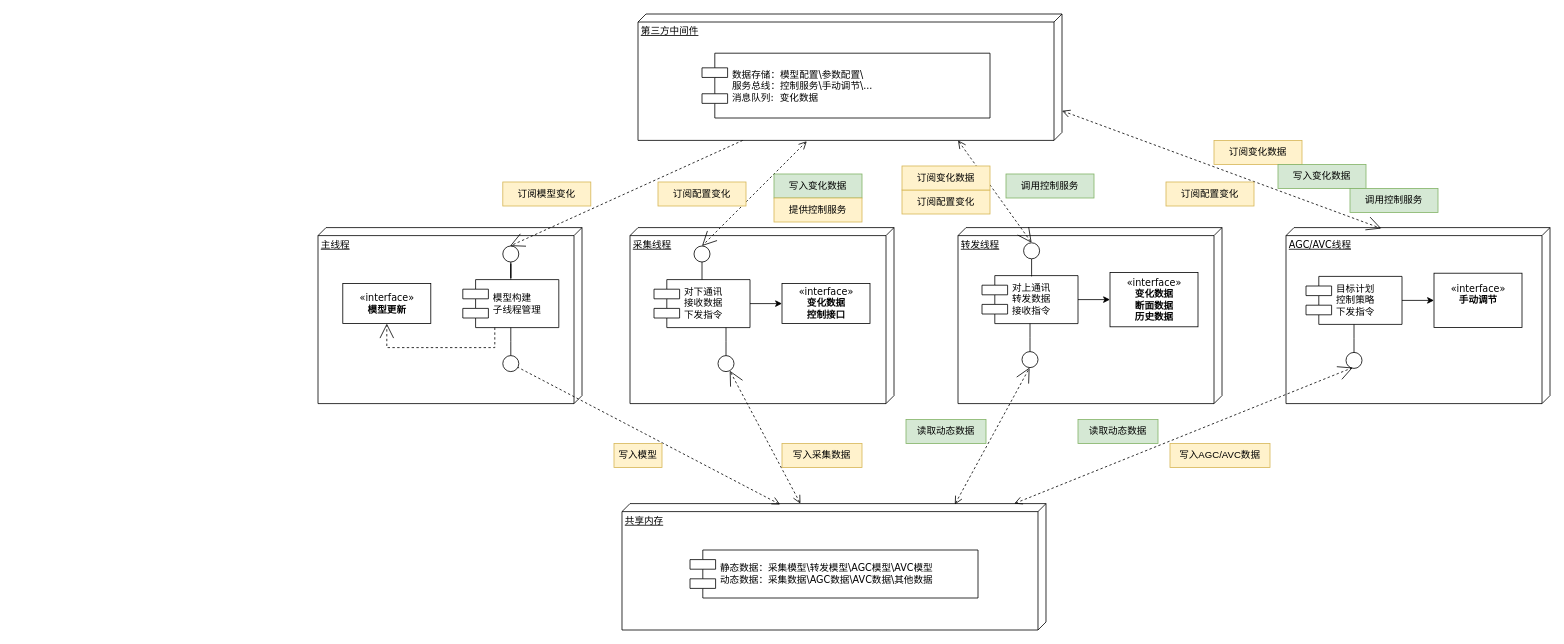
Above: mg架构.drawio in snake9906/book (draw.io), before the change. Source tidied: cells renumbered, new cells numbered last; positions are measured from the earlier drawing's top-left corner, leaving out a move shared by most shapes. Both pictures are drawn from the tidied source at 80%, with x=0, y=0 at pixel (318, 14).
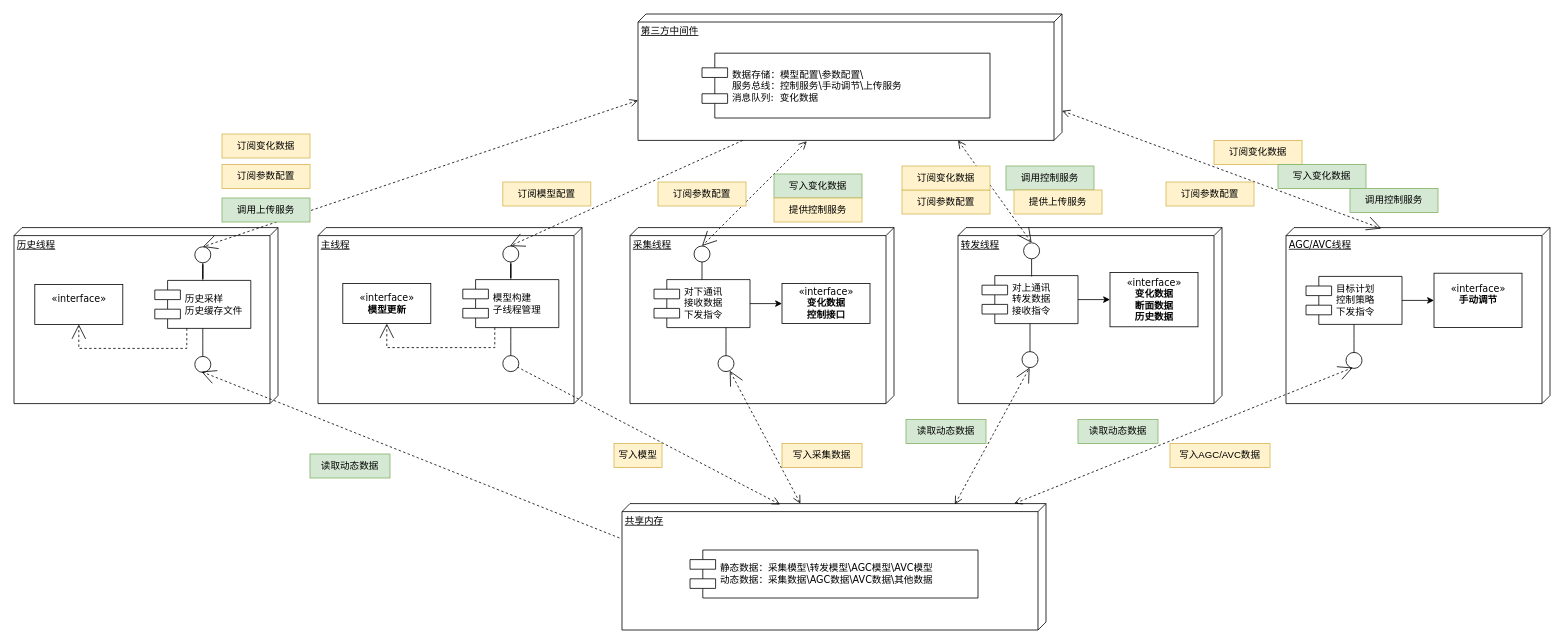
Above is the later version.

Unchanged cells that the change refers to:
```xml
<mxCell id="4" value="共享内存" style="verticalAlign=top;align=left;spacingTop=8;spacingLeft=2;spacingRight=12;shape=cube;size=10;direction=south;fontStyle=4;html=1;rounded=0;shadow=0;comic=0;labelBackgroundColor=none;strokeWidth=1;fontFamily=Verdana;fontSize=12;" parent="1" vertex="1">
  <mxGeometry x="380" y="612" width="530" height="158" as="geometry" />
</mxCell>
```

What changed in the source:
```diff
@@
-    <mxCell id="30" value="数据存储：模型配置\参数配置\&lt;div&gt;服务总线：控制服务\手动调节\...&lt;/div&gt;&lt;div&gt;消息队列:&amp;nbsp; 变化数据&lt;/div&gt;" style="shape=component;align=left;spacingLeft=36;rounded=0;shadow=0;comic=0;labelBackgroundColor=none;strokeWidth=1;fontFamily=Verdana;fontSize=12;html=1;" parent="1" vertex="1">
+    <mxCell id="30" value="数据存储：模型配置\参数配置\&lt;div&gt;服务总线：控制服务\手动调节\上传服务&lt;/div&gt;&lt;div&gt;消息队列:&amp;nbsp; 变化数据&lt;/div&gt;" style="shape=component;align=left;spacingLeft=36;rounded=0;shadow=0;comic=0;labelBackgroundColor=none;strokeWidth=1;fontFamily=Verdana;fontSize=12;html=1;" parent="1" vertex="1">
       <mxGeometry x="480" y="49" width="360" height="81" as="geometry" />
     </mxCell>
@@
-    <mxCell id="34" value="订阅模型变化" style="text;strokeColor=#d6b656;align=center;fillColor=#fff2cc;html=1;verticalAlign=middle;whiteSpace=wrap;rounded=0;" parent="1" vertex="1">
+    <mxCell id="34" value="订阅模型配置" style="text;strokeColor=#d6b656;align=center;fillColor=#fff2cc;html=1;verticalAlign=middle;whiteSpace=wrap;rounded=0;" parent="1" vertex="1">
       <mxGeometry x="231" y="210" width="110" height="30" as="geometry" />
     </mxCell>
@@
-    <mxCell id="38" value="订阅配置变化" style="text;strokeColor=#d6b656;align=center;fillColor=#fff2cc;html=1;verticalAlign=middle;whiteSpace=wrap;rounded=0;" parent="1" vertex="1">
+    <mxCell id="38" value="订阅参数配置" style="text;strokeColor=#d6b656;align=center;fillColor=#fff2cc;html=1;verticalAlign=middle;whiteSpace=wrap;rounded=0;" parent="1" vertex="1">
       <mxGeometry x="425" y="210" width="110" height="30" as="geometry" />
     </mxCell>
@@
-    <mxCell id="47" value="订阅配置变化" style="text;strokeColor=#d6b656;align=center;fillColor=#fff2cc;html=1;verticalAlign=middle;whiteSpace=wrap;rounded=0;" parent="1" vertex="1">
+    <mxCell id="47" value="订阅参数配置" style="text;strokeColor=#d6b656;align=center;fillColor=#fff2cc;html=1;verticalAlign=middle;whiteSpace=wrap;rounded=0;" parent="1" vertex="1">
       <mxGeometry x="730" y="220" width="110" height="30" as="geometry" />
     </mxCell>
     <mxCell id="48" value="调用控制服务" style="text;strokeColor=#82b366;align=center;fillColor=#d5e8d4;html=1;verticalAlign=middle;whiteSpace=wrap;rounded=0;" parent="1" vertex="1">
-      <mxGeometry x="860" y="200" width="110" height="30" as="geometry" />
+      <mxGeometry x="860" y="190" width="110" height="30" as="geometry" />
     </mxCell>
@@
-    <mxCell id="50" value="订阅配置变化" style="text;strokeColor=#d6b656;align=center;fillColor=#fff2cc;html=1;verticalAlign=middle;whiteSpace=wrap;rounded=0;" parent="1" vertex="1">
+    <mxCell id="50" value="订阅参数配置" style="text;strokeColor=#d6b656;align=center;fillColor=#fff2cc;html=1;verticalAlign=middle;whiteSpace=wrap;rounded=0;" parent="1" vertex="1">
       <mxGeometry x="1060" y="210" width="110" height="30" as="geometry" />
     </mxCell>
@@
+    <mxCell id="60" value="历史线程" style="verticalAlign=top;align=left;spacingTop=8;spacingLeft=2;spacingRight=12;shape=cube;size=10;direction=south;fontStyle=4;html=1;rounded=0;shadow=0;comic=0;labelBackgroundColor=none;strokeWidth=1;fontFamily=Verdana;fontSize=12;" parent="1" vertex="1">
+      <mxGeometry x="-380" y="267" width="330" height="220" as="geometry" />
+    </mxCell>
+    <mxCell id="61" style="edgeStyle=none;rounded=0;html=1;dashed=1;labelBackgroundColor=none;startArrow=open;startFill=0;startSize=8;endArrow=open;endFill=0;endSize=16;fontFamily=Verdana;fontSize=12;exitX=1;exitY=0.753;exitDx=0;exitDy=0;exitPerimeter=0;entryX=0.5;entryY=0;entryDx=0;entryDy=0;" parent="1" edge="1" target="69">
+      <mxGeometry relative="1" as="geometry">
+        <mxPoint x="400" y="108" as="sourcePoint" />
+      </mxGeometry>
+    </mxCell>
+    <mxCell id="62" value="订阅参数配置" style="text;strokeColor=#d6b656;align=center;fillColor=#fff2cc;html=1;verticalAlign=middle;whiteSpace=wrap;rounded=0;" parent="1" vertex="1">
+      <mxGeometry x="-120" y="188" width="110" height="30" as="geometry" />
+    </mxCell>
+    <mxCell id="63" value="«interface»&lt;div&gt;&lt;br/&gt;&lt;/div&gt;" style="html=1;rounded=0;shadow=0;comic=0;labelBackgroundColor=none;strokeWidth=1;fontFamily=Verdana;fontSize=12;align=center;" parent="1" vertex="1">
+      <mxGeometry x="-354" y="338" width="110" height="50" as="geometry" />
+    </mxCell>
+    <mxCell id="64" value="历史采样&lt;div&gt;历史缓存文件&lt;/div&gt;" style="shape=component;align=left;spacingLeft=36;rounded=0;shadow=0;comic=0;labelBackgroundColor=none;strokeWidth=1;fontFamily=Verdana;fontSize=12;html=1;" parent="1" vertex="1">
+      <mxGeometry x="-204" y="333" width="120" height="60" as="geometry" />
+    </mxCell>
+    <mxCell id="65" style="ellipse;whiteSpace=wrap;html=1;rounded=0;shadow=0;comic=0;labelBackgroundColor=none;strokeWidth=1;fontFamily=Verdana;fontSize=12;align=center;" parent="1" vertex="1">
+      <mxGeometry x="-154" y="428" width="20" height="20" as="geometry" />
+    </mxCell>
+    <mxCell id="66" style="edgeStyle=elbowEdgeStyle;rounded=0;html=1;labelBackgroundColor=none;startArrow=none;startFill=0;startSize=8;endArrow=none;endFill=0;endSize=16;fontFamily=Verdana;fontSize=12;" parent="1" edge="1" source="65" target="64">
+      <mxGeometry relative="1" as="geometry" />
+    </mxCell>
+    <mxCell id="67" style="edgeStyle=orthogonalEdgeStyle;rounded=0;html=1;labelBackgroundColor=none;startArrow=none;startFill=0;startSize=8;endArrow=open;endFill=0;endSize=16;fontFamily=Verdana;fontSize=12;dashed=1;" parent="1" edge="1" source="64" target="63">
+      <mxGeometry relative="1" as="geometry">
+        <Array as="points">
+          <mxPoint x="-164" y="418" />
+          <mxPoint x="-299" y="418" />
+        </Array>
+      </mxGeometry>
+    </mxCell>
+    <mxCell id="68" style="edgeStyle=orthogonalEdgeStyle;rounded=0;jettySize=auto;html=1;entryX=0.5;entryY=0;entryDx=0;entryDy=0;endArrow=none;startFill=0;" parent="1" edge="1" source="69" target="64">
+      <mxGeometry relative="1" as="geometry" />
+    </mxCell>
+    <mxCell id="69" style="ellipse;whiteSpace=wrap;html=1;rounded=0;shadow=0;comic=0;labelBackgroundColor=none;strokeWidth=1;fontFamily=Verdana;fontSize=12;align=center;" parent="1" vertex="1">
+      <mxGeometry x="-154" y="291" width="20" height="20" as="geometry" />
+    </mxCell>
+    <mxCell id="70" value="提供上传服务" style="text;strokeColor=#d6b656;align=center;fillColor=#fff2cc;html=1;verticalAlign=middle;whiteSpace=wrap;rounded=0;" parent="1" vertex="1">
+      <mxGeometry x="870" y="220" width="110" height="30" as="geometry" />
+    </mxCell>
+    <mxCell id="71" value="调用上传服务" style="text;strokeColor=#82b366;align=center;fillColor=#d5e8d4;html=1;verticalAlign=middle;whiteSpace=wrap;rounded=0;" parent="1" vertex="1">
+      <mxGeometry x="-120" y="230" width="110" height="30" as="geometry" />
+    </mxCell>
+    <mxCell id="72" value="订阅变化数据" style="text;strokeColor=#d6b656;align=center;fillColor=#fff2cc;html=1;verticalAlign=middle;whiteSpace=wrap;rounded=0;" parent="1" vertex="1">
+      <mxGeometry x="-120" y="150" width="110" height="30" as="geometry" />
+    </mxCell>
+    <mxCell id="73" style="edgeStyle=none;rounded=0;html=1;dashed=1;labelBackgroundColor=none;startArrow=none;startFill=0;startSize=8;endArrow=open;endFill=0;endSize=16;fontFamily=Verdana;fontSize=12;exitX=0.272;exitY=1.006;exitDx=0;exitDy=0;exitPerimeter=0;" parent="1" edge="1" source="4">
+      <mxGeometry relative="1" as="geometry">
+        <mxPoint x="-145.8" y="447" as="targetPoint" />
+      </mxGeometry>
+    </mxCell>
+    <mxCell id="74" value="读取动态数据" style="text;strokeColor=#82b366;align=center;fillColor=#d5e8d4;html=1;verticalAlign=middle;whiteSpace=wrap;rounded=0;" parent="1" vertex="1">
+      <mxGeometry x="-10" y="550" width="100" height="30" as="geometry" />
+    </mxCell>
```
